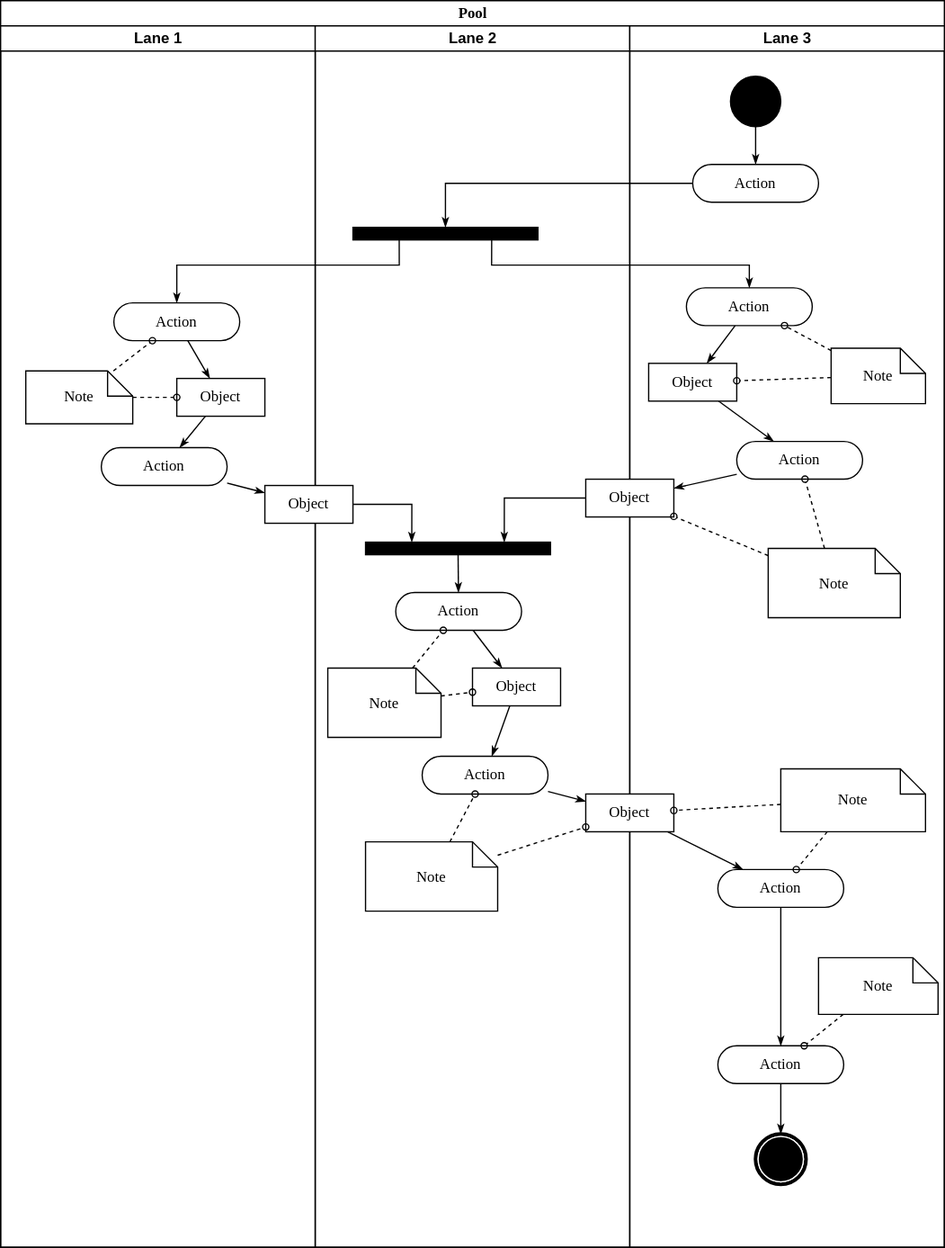
The draw.io diagram Atividades/Atividade_1.svg in JesCat16/Projeto01_Modelagem_De_Software, before a commit. Source tidied: cells renumbered, new cells last; positions are measured from the earlier drawing's top-left corner, leaving out a move shared by most shapes.
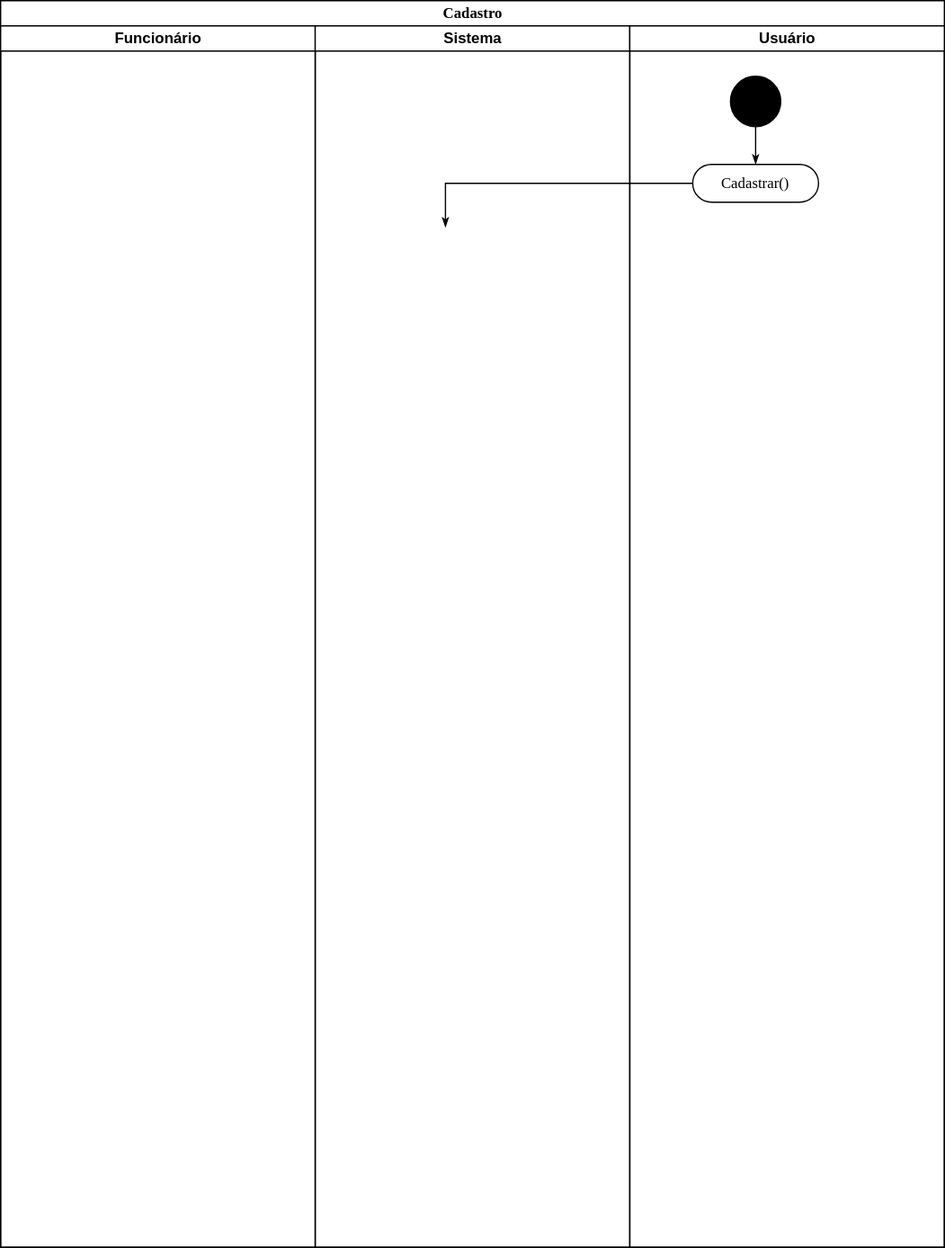
The same file after the commit.

Change to the diagram source:
```diff
@@ -1,2 +1,2 @@
-<mxGraphModel>
+<mxGraphModel background="#ffffff">
   <root>
@@ -4,81 +4,12 @@
     <mxCell id="1" parent="0" />
-    <mxCell id="2" value="Pool" style="swimlane;html=1;startSize=20;rounded=0;shadow=0;comic=0;labelBackgroundColor=none;strokeWidth=1;fontFamily=Verdana;fontSize=12;align=center;" parent="1" vertex="1">
+    <mxCell id="2" value="Cadastro" style="swimlane;html=1;startSize=20;rounded=0;shadow=0;comic=0;labelBackgroundColor=none;strokeWidth=1;fontFamily=Verdana;fontSize=12;align=center;" parent="1" vertex="1">
       <mxGeometry width="750" height="990" as="geometry" />
     </mxCell>
-    <mxCell id="3" value="Lane 1" style="swimlane;html=1;startSize=20;" parent="2" vertex="1">
+    <mxCell id="3" value="Funcionário" style="swimlane;html=1;startSize=20;" parent="2" vertex="1">
       <mxGeometry y="20" width="250" height="970" as="geometry" />
     </mxCell>
-    <mxCell id="4" style="edgeStyle=none;rounded=0;html=1;labelBackgroundColor=none;startArrow=none;startFill=0;startSize=5;endArrow=classicThin;endFill=1;endSize=5;jettySize=auto;strokeWidth=1;fontFamily=Verdana;fontSize=12;" parent="3" edge="1" source="5" target="8">
-      <mxGeometry relative="1" as="geometry" />
-    </mxCell>
-    <mxCell id="5" value="Action" style="rounded=1;whiteSpace=wrap;html=1;shadow=0;comic=0;labelBackgroundColor=none;strokeWidth=1;fontFamily=Verdana;fontSize=12;align=center;arcSize=50;" parent="3" vertex="1">
-      <mxGeometry x="90" y="220" width="100" height="30" as="geometry" />
-    </mxCell>
-    <mxCell id="6" value="Action" style="rounded=1;whiteSpace=wrap;html=1;shadow=0;comic=0;labelBackgroundColor=none;strokeWidth=1;fontFamily=Verdana;fontSize=12;align=center;arcSize=50;" parent="3" vertex="1">
-      <mxGeometry x="80" y="335" width="100" height="30" as="geometry" />
-    </mxCell>
-    <mxCell id="7" style="edgeStyle=none;rounded=0;html=1;labelBackgroundColor=none;startArrow=none;startFill=0;startSize=5;endArrow=classicThin;endFill=1;endSize=5;jettySize=auto;strokeWidth=1;fontFamily=Verdana;fontSize=12;" parent="3" edge="1" source="8" target="6">
-      <mxGeometry relative="1" as="geometry" />
-    </mxCell>
-    <mxCell id="8" value="Object" style="rounded=0;whiteSpace=wrap;html=1;shadow=0;comic=0;labelBackgroundColor=none;strokeWidth=1;fontFamily=Verdana;fontSize=12;align=center;arcSize=50;" parent="3" vertex="1">
-      <mxGeometry x="140" y="280" width="70" height="30" as="geometry" />
-    </mxCell>
-    <mxCell id="9" style="edgeStyle=none;rounded=0;html=1;labelBackgroundColor=none;startArrow=none;startFill=0;startSize=5;endArrow=oval;endFill=0;endSize=5;jettySize=auto;strokeWidth=1;fontFamily=Verdana;fontSize=12;dashed=1;" parent="3" edge="1" source="11" target="5">
-      <mxGeometry relative="1" as="geometry" />
-    </mxCell>
-    <mxCell id="10" style="edgeStyle=none;rounded=0;html=1;dashed=1;labelBackgroundColor=none;startArrow=none;startFill=0;startSize=5;endArrow=oval;endFill=0;endSize=5;jettySize=auto;strokeWidth=1;fontFamily=Verdana;fontSize=12;" parent="3" edge="1" source="11" target="8">
-      <mxGeometry relative="1" as="geometry" />
-    </mxCell>
-    <mxCell id="11" value="Note" style="shape=note;whiteSpace=wrap;html=1;rounded=0;shadow=0;comic=0;labelBackgroundColor=none;strokeWidth=1;fontFamily=Verdana;fontSize=12;align=center;size=20;" parent="3" vertex="1">
-      <mxGeometry x="20" y="274" width="85" height="42" as="geometry" />
-    </mxCell>
-    <mxCell id="12" value="Lane 2" style="swimlane;html=1;startSize=20;" parent="2" vertex="1">
+    <mxCell id="12" value="Sistema" style="swimlane;html=1;startSize=20;" parent="2" vertex="1">
       <mxGeometry x="250" y="20" width="250" height="970" as="geometry" />
     </mxCell>
-    <mxCell id="13" style="whiteSpace=wrap;html=1;rounded=0;shadow=0;comic=0;labelBackgroundColor=none;strokeWidth=1;fillColor=#000000;fontFamily=Verdana;fontSize=12;align=center;rotation=0;" parent="12" vertex="1">
-      <mxGeometry x="30" y="160" width="147" height="10" as="geometry" />
-    </mxCell>
-    <mxCell id="14" style="edgeStyle=none;rounded=0;html=1;labelBackgroundColor=none;startArrow=none;startFill=0;startSize=5;endArrow=classicThin;endFill=1;endSize=5;jettySize=auto;strokeWidth=1;fontFamily=Verdana;fontSize=12;" parent="12" edge="1" source="15" target="21">
-      <mxGeometry relative="1" as="geometry" />
-    </mxCell>
-    <mxCell id="15" value="Action" style="rounded=1;whiteSpace=wrap;html=1;shadow=0;comic=0;labelBackgroundColor=none;strokeWidth=1;fontFamily=Verdana;fontSize=12;align=center;arcSize=50;" parent="12" vertex="1">
-      <mxGeometry x="64" y="450" width="100" height="30" as="geometry" />
-    </mxCell>
-    <mxCell id="16" style="edgeStyle=none;rounded=0;html=1;labelBackgroundColor=none;startArrow=none;startFill=0;startSize=5;endArrow=classicThin;endFill=1;endSize=5;jettySize=auto;strokeWidth=1;fontFamily=Verdana;fontSize=12;" parent="12" edge="1" source="17" target="15">
-      <mxGeometry relative="1" as="geometry" />
-    </mxCell>
-    <mxCell id="17" style="whiteSpace=wrap;html=1;rounded=0;shadow=0;comic=0;labelBackgroundColor=none;strokeWidth=1;fillColor=#000000;fontFamily=Verdana;fontSize=12;align=center;rotation=0;" parent="12" vertex="1">
-      <mxGeometry x="40" y="410" width="147" height="10" as="geometry" />
-    </mxCell>
-    <mxCell id="18" style="edgeStyle=orthogonalEdgeStyle;rounded=0;html=1;entryX=0.25;entryY=0;labelBackgroundColor=none;startArrow=none;startFill=0;startSize=5;endArrow=classicThin;endFill=1;endSize=5;jettySize=auto;strokeWidth=1;fontFamily=Verdana;fontSize=12;" parent="12" edge="1" source="19" target="17">
-      <mxGeometry relative="1" as="geometry" />
-    </mxCell>
-    <mxCell id="19" value="Object" style="rounded=0;whiteSpace=wrap;html=1;shadow=0;comic=0;labelBackgroundColor=none;strokeWidth=1;fontFamily=Verdana;fontSize=12;align=center;arcSize=50;" parent="12" vertex="1">
-      <mxGeometry x="-40" y="365" width="70" height="30" as="geometry" />
-    </mxCell>
-    <mxCell id="20" style="edgeStyle=none;rounded=0;html=1;labelBackgroundColor=none;startArrow=none;startFill=0;startSize=5;endArrow=classicThin;endFill=1;endSize=5;jettySize=auto;strokeWidth=1;fontFamily=Verdana;fontSize=12;" parent="12" edge="1" source="21" target="22">
-      <mxGeometry relative="1" as="geometry" />
-    </mxCell>
-    <mxCell id="21" value="Object" style="rounded=0;whiteSpace=wrap;html=1;shadow=0;comic=0;labelBackgroundColor=none;strokeWidth=1;fontFamily=Verdana;fontSize=12;align=center;arcSize=50;" parent="12" vertex="1">
-      <mxGeometry x="125" y="510" width="70" height="30" as="geometry" />
-    </mxCell>
-    <mxCell id="22" value="Action" style="rounded=1;whiteSpace=wrap;html=1;shadow=0;comic=0;labelBackgroundColor=none;strokeWidth=1;fontFamily=Verdana;fontSize=12;align=center;arcSize=50;" parent="12" vertex="1">
-      <mxGeometry x="85" y="580" width="100" height="30" as="geometry" />
-    </mxCell>
-    <mxCell id="23" style="edgeStyle=none;rounded=0;html=1;dashed=1;labelBackgroundColor=none;startArrow=none;startFill=0;startSize=5;endArrow=oval;endFill=0;endSize=5;jettySize=auto;strokeWidth=1;fontFamily=Verdana;fontSize=12;" parent="12" edge="1" source="25" target="15">
-      <mxGeometry relative="1" as="geometry" />
-    </mxCell>
-    <mxCell id="24" style="edgeStyle=none;rounded=0;html=1;dashed=1;labelBackgroundColor=none;startArrow=none;startFill=0;startSize=5;endArrow=oval;endFill=0;endSize=5;jettySize=auto;strokeWidth=1;fontFamily=Verdana;fontSize=12;" parent="12" edge="1" source="25" target="21">
-      <mxGeometry relative="1" as="geometry" />
-    </mxCell>
-    <mxCell id="25" value="Note" style="shape=note;whiteSpace=wrap;html=1;rounded=0;shadow=0;comic=0;labelBackgroundColor=none;strokeWidth=1;fontFamily=Verdana;fontSize=12;align=center;size=20;" parent="12" vertex="1">
-      <mxGeometry x="10" y="510" width="90" height="55" as="geometry" />
-    </mxCell>
-    <mxCell id="26" style="edgeStyle=none;rounded=0;html=1;dashed=1;labelBackgroundColor=none;startArrow=none;startFill=0;startSize=5;endArrow=oval;endFill=0;endSize=5;jettySize=auto;strokeWidth=1;fontFamily=Verdana;fontSize=12;" parent="12" edge="1" source="27" target="22">
-      <mxGeometry relative="1" as="geometry" />
-    </mxCell>
-    <mxCell id="27" value="Note" style="shape=note;whiteSpace=wrap;html=1;rounded=0;shadow=0;comic=0;labelBackgroundColor=none;strokeWidth=1;fontFamily=Verdana;fontSize=12;align=center;size=20;" parent="12" vertex="1">
-      <mxGeometry x="40" y="648" width="105" height="55" as="geometry" />
-    </mxCell>
-    <mxCell id="28" value="Lane 3" style="swimlane;html=1;startSize=20;" parent="2" vertex="1">
+    <mxCell id="28" value="Usuário" style="swimlane;html=1;startSize=20;" parent="2" vertex="1">
       <mxGeometry x="500" y="20" width="250" height="970" as="geometry" />
@@ -91,82 +22,8 @@
     </mxCell>
-    <mxCell id="31" value="Action" style="rounded=1;whiteSpace=wrap;html=1;shadow=0;comic=0;labelBackgroundColor=none;strokeWidth=1;fontFamily=Verdana;fontSize=12;align=center;arcSize=50;" parent="28" vertex="1">
+    <mxCell id="31" value="Cadastrar()" style="rounded=1;whiteSpace=wrap;html=1;shadow=0;comic=0;labelBackgroundColor=none;strokeWidth=1;fontFamily=Verdana;fontSize=12;align=center;arcSize=50;" parent="28" vertex="1">
       <mxGeometry x="50" y="110" width="100" height="30" as="geometry" />
     </mxCell>
-    <mxCell id="32" style="rounded=0;html=1;labelBackgroundColor=none;startArrow=none;startFill=0;startSize=5;endArrow=classicThin;endFill=1;endSize=5;jettySize=auto;strokeWidth=1;fontFamily=Verdana;fontSize=12;" parent="28" edge="1" source="33" target="37">
-      <mxGeometry relative="1" as="geometry" />
-    </mxCell>
-    <mxCell id="33" value="Action" style="rounded=1;whiteSpace=wrap;html=1;shadow=0;comic=0;labelBackgroundColor=none;strokeWidth=1;fontFamily=Verdana;fontSize=12;align=center;arcSize=50;" parent="28" vertex="1">
-      <mxGeometry x="45" y="208" width="100" height="30" as="geometry" />
-    </mxCell>
-    <mxCell id="34" style="edgeStyle=none;rounded=0;html=1;labelBackgroundColor=none;startArrow=none;startFill=0;startSize=5;endArrow=classicThin;endFill=1;endSize=5;jettySize=auto;strokeWidth=1;fontFamily=Verdana;fontSize=12;" parent="28" edge="1" source="35" target="38">
-      <mxGeometry relative="1" as="geometry" />
-    </mxCell>
-    <mxCell id="35" value="Action" style="rounded=1;whiteSpace=wrap;html=1;shadow=0;comic=0;labelBackgroundColor=none;strokeWidth=1;fontFamily=Verdana;fontSize=12;align=center;arcSize=50;" parent="28" vertex="1">
-      <mxGeometry x="85" y="330" width="100" height="30" as="geometry" />
-    </mxCell>
-    <mxCell id="36" style="edgeStyle=none;rounded=0;html=1;labelBackgroundColor=none;startArrow=none;startFill=0;startSize=5;endArrow=classicThin;endFill=1;endSize=5;jettySize=auto;strokeWidth=1;fontFamily=Verdana;fontSize=12;" parent="28" edge="1" source="37" target="35">
-      <mxGeometry relative="1" as="geometry" />
-    </mxCell>
-    <mxCell id="37" value="Object" style="rounded=0;whiteSpace=wrap;html=1;shadow=0;comic=0;labelBackgroundColor=none;strokeWidth=1;fontFamily=Verdana;fontSize=12;align=center;arcSize=50;" parent="28" vertex="1">
-      <mxGeometry x="15" y="268" width="70" height="30" as="geometry" />
-    </mxCell>
-    <mxCell id="38" value="Object" style="rounded=0;whiteSpace=wrap;html=1;shadow=0;comic=0;labelBackgroundColor=none;strokeWidth=1;fontFamily=Verdana;fontSize=12;align=center;arcSize=50;" parent="28" vertex="1">
-      <mxGeometry x="-35" y="360" width="70" height="30" as="geometry" />
-    </mxCell>
-    <mxCell id="39" style="edgeStyle=none;rounded=0;html=1;labelBackgroundColor=none;startArrow=none;startFill=0;startSize=5;endArrow=classicThin;endFill=1;endSize=5;jettySize=auto;strokeWidth=1;fontFamily=Verdana;fontSize=12;" parent="28" edge="1" source="40" target="42">
-      <mxGeometry relative="1" as="geometry" />
-    </mxCell>
-    <mxCell id="40" value="Object" style="rounded=0;whiteSpace=wrap;html=1;shadow=0;comic=0;labelBackgroundColor=none;strokeWidth=1;fontFamily=Verdana;fontSize=12;align=center;arcSize=50;" parent="28" vertex="1">
-      <mxGeometry x="-35" y="610" width="70" height="30" as="geometry" />
-    </mxCell>
-    <mxCell id="41" style="edgeStyle=none;rounded=0;html=1;labelBackgroundColor=none;startArrow=none;startFill=0;startSize=5;endArrow=classicThin;endFill=1;endSize=5;jettySize=auto;strokeWidth=1;fontFamily=Verdana;fontSize=12;" parent="28" edge="1" source="42" target="44">
-      <mxGeometry relative="1" as="geometry" />
-    </mxCell>
-    <mxCell id="42" value="Action" style="rounded=1;whiteSpace=wrap;html=1;shadow=0;comic=0;labelBackgroundColor=none;strokeWidth=1;fontFamily=Verdana;fontSize=12;align=center;arcSize=50;" parent="28" vertex="1">
-      <mxGeometry x="70" y="670" width="100" height="30" as="geometry" />
-    </mxCell>
-    <mxCell id="43" style="edgeStyle=none;rounded=0;html=1;labelBackgroundColor=none;startArrow=none;startFill=0;startSize=5;endArrow=classicThin;endFill=1;endSize=5;jettySize=auto;strokeWidth=1;fontFamily=Verdana;fontSize=12;" parent="28" edge="1" source="44" target="45">
-      <mxGeometry relative="1" as="geometry" />
-    </mxCell>
-    <mxCell id="44" value="Action" style="rounded=1;whiteSpace=wrap;html=1;shadow=0;comic=0;labelBackgroundColor=none;strokeWidth=1;fontFamily=Verdana;fontSize=12;align=center;arcSize=50;" parent="28" vertex="1">
-      <mxGeometry x="70" y="810" width="100" height="30" as="geometry" />
-    </mxCell>
-    <mxCell id="45" style="shape=mxgraph.bpmn.shape;html=1;verticalLabelPosition=bottom;labelBackgroundColor=#ffffff;verticalAlign=top;perimeter=ellipsePerimeter;outline=end;symbol=terminate;rounded=0;shadow=0;comic=0;strokeWidth=1;fontFamily=Verdana;fontSize=12;align=center;" parent="28" vertex="1">
-      <mxGeometry x="100" y="880" width="40" height="40" as="geometry" />
-    </mxCell>
-    <mxCell id="46" style="edgeStyle=none;rounded=0;html=1;dashed=1;labelBackgroundColor=none;startArrow=none;startFill=0;startSize=5;endArrow=oval;endFill=0;endSize=5;jettySize=auto;strokeWidth=1;fontFamily=Verdana;fontSize=12;" parent="28" edge="1" source="48" target="33">
-      <mxGeometry relative="1" as="geometry" />
-    </mxCell>
-    <mxCell id="47" style="edgeStyle=none;rounded=0;html=1;dashed=1;labelBackgroundColor=none;startArrow=none;startFill=0;startSize=5;endArrow=oval;endFill=0;endSize=5;jettySize=auto;strokeWidth=1;fontFamily=Verdana;fontSize=12;" parent="28" edge="1" source="48" target="37">
-      <mxGeometry relative="1" as="geometry" />
-    </mxCell>
-    <mxCell id="48" value="Note" style="shape=note;whiteSpace=wrap;html=1;rounded=0;shadow=0;comic=0;labelBackgroundColor=none;strokeWidth=1;fontFamily=Verdana;fontSize=12;align=center;size=20;" parent="28" vertex="1">
-      <mxGeometry x="160" y="256" width="75" height="44" as="geometry" />
-    </mxCell>
-    <mxCell id="49" style="edgeStyle=none;rounded=0;html=1;dashed=1;labelBackgroundColor=none;startArrow=none;startFill=0;startSize=5;endArrow=oval;endFill=0;endSize=5;jettySize=auto;strokeWidth=1;fontFamily=Verdana;fontSize=12;" parent="28" edge="1" source="51" target="35">
-      <mxGeometry relative="1" as="geometry" />
-    </mxCell>
-    <mxCell id="50" style="edgeStyle=none;rounded=0;html=1;dashed=1;labelBackgroundColor=none;startArrow=none;startFill=0;startSize=5;endArrow=oval;endFill=0;endSize=5;jettySize=auto;strokeWidth=1;fontFamily=Verdana;fontSize=12;" parent="28" edge="1" source="51" target="38">
-      <mxGeometry relative="1" as="geometry" />
-    </mxCell>
-    <mxCell id="51" value="Note" style="shape=note;whiteSpace=wrap;html=1;rounded=0;shadow=0;comic=0;labelBackgroundColor=none;strokeWidth=1;fontFamily=Verdana;fontSize=12;align=center;size=20;" parent="28" vertex="1">
-      <mxGeometry x="110" y="415" width="105" height="55" as="geometry" />
-    </mxCell>
-    <mxCell id="52" style="edgeStyle=none;rounded=0;html=1;dashed=1;labelBackgroundColor=none;startArrow=none;startFill=0;startSize=5;endArrow=oval;endFill=0;endSize=5;jettySize=auto;strokeWidth=1;fontFamily=Verdana;fontSize=12;" parent="28" edge="1" source="54" target="42">
-      <mxGeometry relative="1" as="geometry" />
-    </mxCell>
-    <mxCell id="53" style="edgeStyle=none;rounded=0;html=1;dashed=1;labelBackgroundColor=none;startArrow=none;startFill=0;startSize=5;endArrow=oval;endFill=0;endSize=5;jettySize=auto;strokeWidth=1;fontFamily=Verdana;fontSize=12;" parent="28" edge="1" source="54" target="40">
-      <mxGeometry relative="1" as="geometry" />
-    </mxCell>
-    <mxCell id="54" value="Note" style="shape=note;whiteSpace=wrap;html=1;rounded=0;shadow=0;comic=0;labelBackgroundColor=none;strokeWidth=1;fontFamily=Verdana;fontSize=12;align=center;size=20;" parent="28" vertex="1">
-      <mxGeometry x="120" y="590" width="115" height="50" as="geometry" />
-    </mxCell>
-    <mxCell id="55" style="edgeStyle=none;rounded=0;html=1;dashed=1;labelBackgroundColor=none;startArrow=none;startFill=0;startSize=5;endArrow=oval;endFill=0;endSize=5;jettySize=auto;strokeWidth=1;fontFamily=Verdana;fontSize=12;" parent="28" edge="1" source="56" target="44">
-      <mxGeometry relative="1" as="geometry" />
-    </mxCell>
-    <mxCell id="56" value="Note" style="shape=note;whiteSpace=wrap;html=1;rounded=0;shadow=0;comic=0;labelBackgroundColor=none;strokeWidth=1;fontFamily=Verdana;fontSize=12;align=center;size=20;" parent="28" vertex="1">
-      <mxGeometry x="150" y="740" width="95" height="45" as="geometry" />
-    </mxCell>
-    <mxCell id="57" style="edgeStyle=orthogonalEdgeStyle;rounded=0;html=1;entryX=0.5;entryY=0;labelBackgroundColor=none;startArrow=none;startFill=0;startSize=5;endArrow=classicThin;endFill=1;endSize=5;jettySize=auto;strokeWidth=1;fontFamily=Verdana;fontSize=12;" parent="2" edge="1" source="31" target="13">
+    <mxCell id="57" style="edgeStyle=orthogonalEdgeStyle;rounded=0;html=1;entryX=0.5;entryY=0;labelBackgroundColor=none;startArrow=none;startFill=0;startSize=5;endArrow=classicThin;endFill=1;endSize=5;jettySize=auto;strokeWidth=1;fontFamily=Verdana;fontSize=12;" parent="2" edge="1" source="31">
       <mxGeometry relative="1" as="geometry">
+        <mxPoint x="353.5" y="180" as="targetPoint" />
         <Array as="points">
@@ -176,30 +33,2 @@
     </mxCell>
-    <mxCell id="58" style="edgeStyle=orthogonalEdgeStyle;rounded=0;html=1;exitX=0.75;exitY=1;labelBackgroundColor=none;startArrow=none;startFill=0;startSize=5;endArrow=classicThin;endFill=1;endSize=5;jettySize=auto;strokeWidth=1;fontFamily=Verdana;fontSize=12;" parent="2" edge="1" source="13" target="33">
-      <mxGeometry relative="1" as="geometry">
-        <Array as="points">
-          <mxPoint x="390" y="210" />
-          <mxPoint x="595" y="210" />
-        </Array>
-      </mxGeometry>
-    </mxCell>
-    <mxCell id="59" style="edgeStyle=orthogonalEdgeStyle;rounded=0;html=1;exitX=0.25;exitY=1;entryX=0.5;entryY=0;labelBackgroundColor=none;startArrow=none;startFill=0;startSize=5;endArrow=classicThin;endFill=1;endSize=5;jettySize=auto;strokeWidth=1;fontFamily=Verdana;fontSize=12;" parent="2" edge="1" source="13" target="5">
-      <mxGeometry relative="1" as="geometry">
-        <Array as="points">
-          <mxPoint x="317" y="210" />
-          <mxPoint x="140" y="210" />
-        </Array>
-      </mxGeometry>
-    </mxCell>
-    <mxCell id="60" style="edgeStyle=orthogonalEdgeStyle;rounded=0;html=1;entryX=0.75;entryY=0;labelBackgroundColor=none;startArrow=none;startFill=0;startSize=5;endArrow=classicThin;endFill=1;endSize=5;jettySize=auto;strokeWidth=1;fontFamily=Verdana;fontSize=12;" parent="2" edge="1" source="38" target="17">
-      <mxGeometry relative="1" as="geometry" />
-    </mxCell>
-    <mxCell id="61" style="edgeStyle=none;rounded=0;html=1;labelBackgroundColor=none;startArrow=none;startFill=0;startSize=5;endArrow=classicThin;endFill=1;endSize=5;jettySize=auto;strokeWidth=1;fontFamily=Verdana;fontSize=12;" parent="2" edge="1" source="6" target="19">
-      <mxGeometry relative="1" as="geometry" />
-    </mxCell>
-    <mxCell id="62" style="edgeStyle=none;rounded=0;html=1;labelBackgroundColor=none;startArrow=none;startFill=0;startSize=5;endArrow=classicThin;endFill=1;endSize=5;jettySize=auto;strokeWidth=1;fontFamily=Verdana;fontSize=12;" parent="2" edge="1" source="22" target="40">
-      <mxGeometry relative="1" as="geometry" />
-    </mxCell>
-    <mxCell id="63" style="edgeStyle=none;rounded=0;html=1;dashed=1;labelBackgroundColor=none;startArrow=none;startFill=0;startSize=5;endArrow=oval;endFill=0;endSize=5;jettySize=auto;strokeWidth=1;fontFamily=Verdana;fontSize=12;" parent="2" edge="1" source="27" target="40">
-      <mxGeometry relative="1" as="geometry" />
-    </mxCell>
   </root>
```
